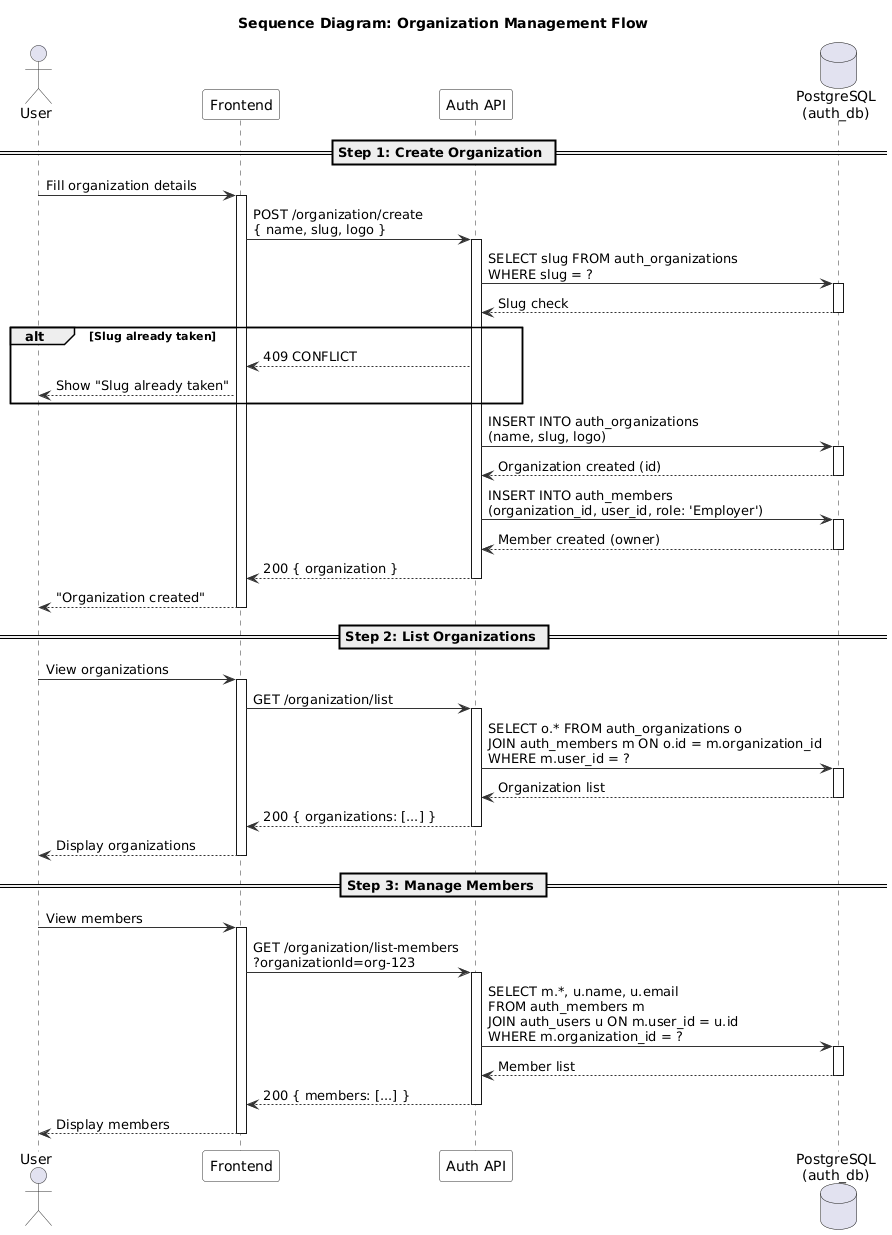
Earlier version of the PlantUML export modules/dist/auth/images/sequence/organization-sequence.png (namnh240795/document).
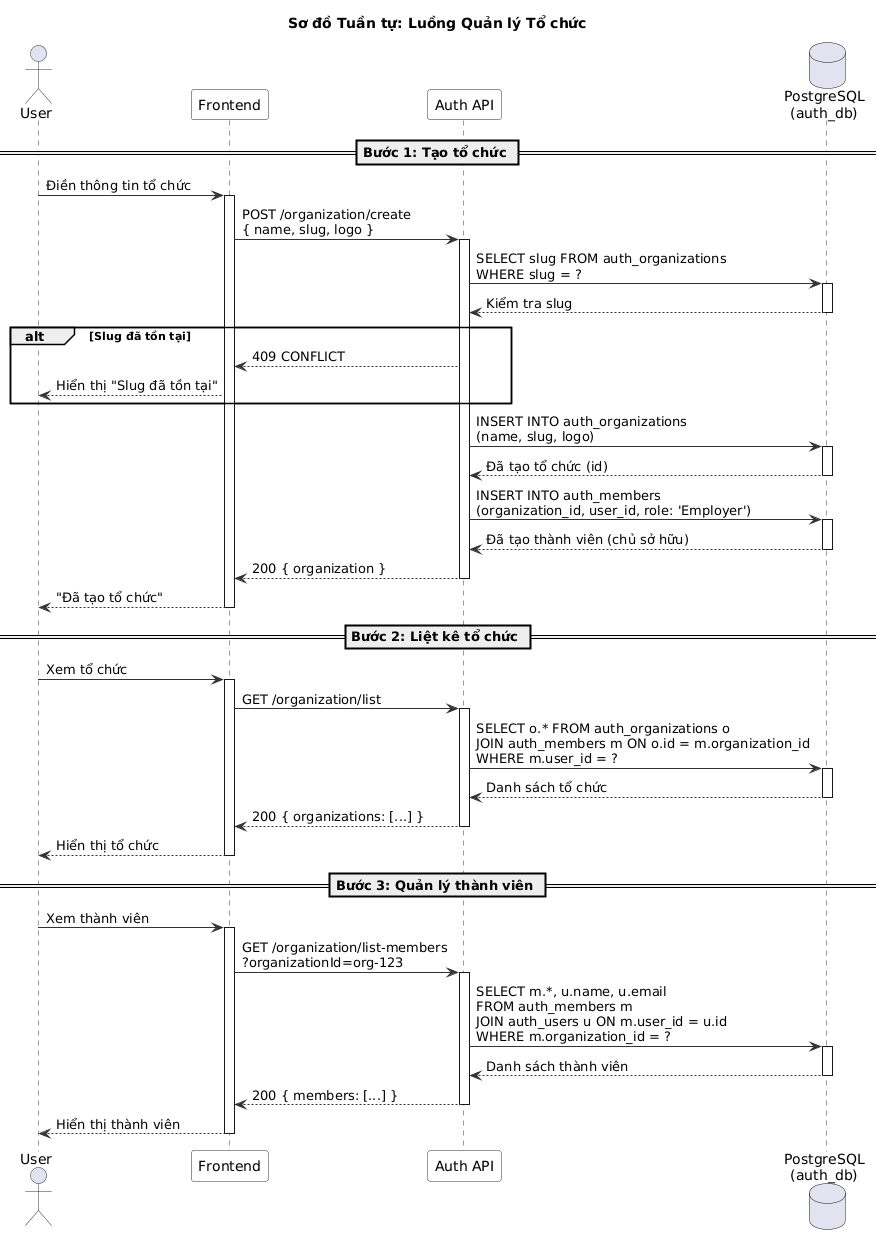
Above is the later version.

Diff of the diagram source:
```diff
@@ -8,16 +8,16 @@
   ParticipantBorderColor #333333
 }
 
-title Sequence Diagram: Organization Management Flow
+title Sơ đồ Tuần tự: Luồng Quản lý Tổ chức
 
 actor User
 participant "Frontend" as FE
 participant "Auth API" as API
 database "PostgreSQL\n(auth_db)" as DB
 
-== Step 1: Create Organization ==
+== Bước 1: Tạo tổ chức ==
 
-User -> FE : Fill organization details
+User -> FE : Điền thông tin tổ chức
 activate FE
 
 FE -> API : POST /organization/create\n{ name, slug, logo }
@@ -25,33 +25,33 @@
 
 API -> DB : SELECT slug FROM auth_organizations\nWHERE slug = ?
 activate DB
-DB --> API : Slug check
+DB --> API : Kiểm tra slug
 deactivate DB
 
-alt Slug already taken
+alt Slug đã tồn tại
   API --> FE : 409 CONFLICT
-  FE --> User : Show "Slug already taken"
+  FE --> User : Hiển thị "Slug đã tồn tại"
 end
 
 API -> DB : INSERT INTO auth_organizations\n(name, slug, logo)
 activate DB
-DB --> API : Organization created (id)
+DB --> API : Đã tạo tổ chức (id)
 deactivate DB
 
 API -> DB : INSERT INTO auth_members\n(organization_id, user_id, role: 'Employer')
 activate DB
-DB --> API : Member created (owner)
+DB --> API : Đã tạo thành viên (chủ sở hữu)
 deactivate DB
 
 API --> FE : 200 { organization }
 deactivate API
 
-FE --> User : "Organization created"
+FE --> User : "Đã tạo tổ chức"
 deactivate FE
 
-== Step 2: List Organizations ==
+== Bước 2: Liệt kê tổ chức ==
 
-User -> FE : View organizations
+User -> FE : Xem tổ chức
 activate FE
 
 FE -> API : GET /organization/list
@@ -59,18 +59,18 @@
 
 API -> DB : SELECT o.* FROM auth_organizations o\nJOIN auth_members m ON o.id = m.organization_id\nWHERE m.user_id = ?
 activate DB
-DB --> API : Organization list
+DB --> API : Danh sách tổ chức
 deactivate DB
 
 API --> FE : 200 { organizations: [...] }
 deactivate API
 
-FE --> User : Display organizations
+FE --> User : Hiển thị tổ chức
 deactivate FE
 
-== Step 3: Manage Members ==
+== Bước 3: Quản lý thành viên ==
 
-User -> FE : View members
+User -> FE : Xem thành viên
 activate FE
 
 FE -> API : GET /organization/list-members\n?organizationId=org-123
@@ -78,13 +78,13 @@
 
 API -> DB : SELECT m.*, u.name, u.email\nFROM auth_members m\nJOIN auth_users u ON m.user_id = u.id\nWHERE m.organization_id = ?
 activate DB
-DB --> API : Member list
+DB --> API : Danh sách thành viên
 deactivate DB
 
 API --> FE : 200 { members: [...] }
 deactivate API
 
-FE --> User : Display members
+FE --> User : Hiển thị thành viên
 deactivate FE
 
 @enduml
```
